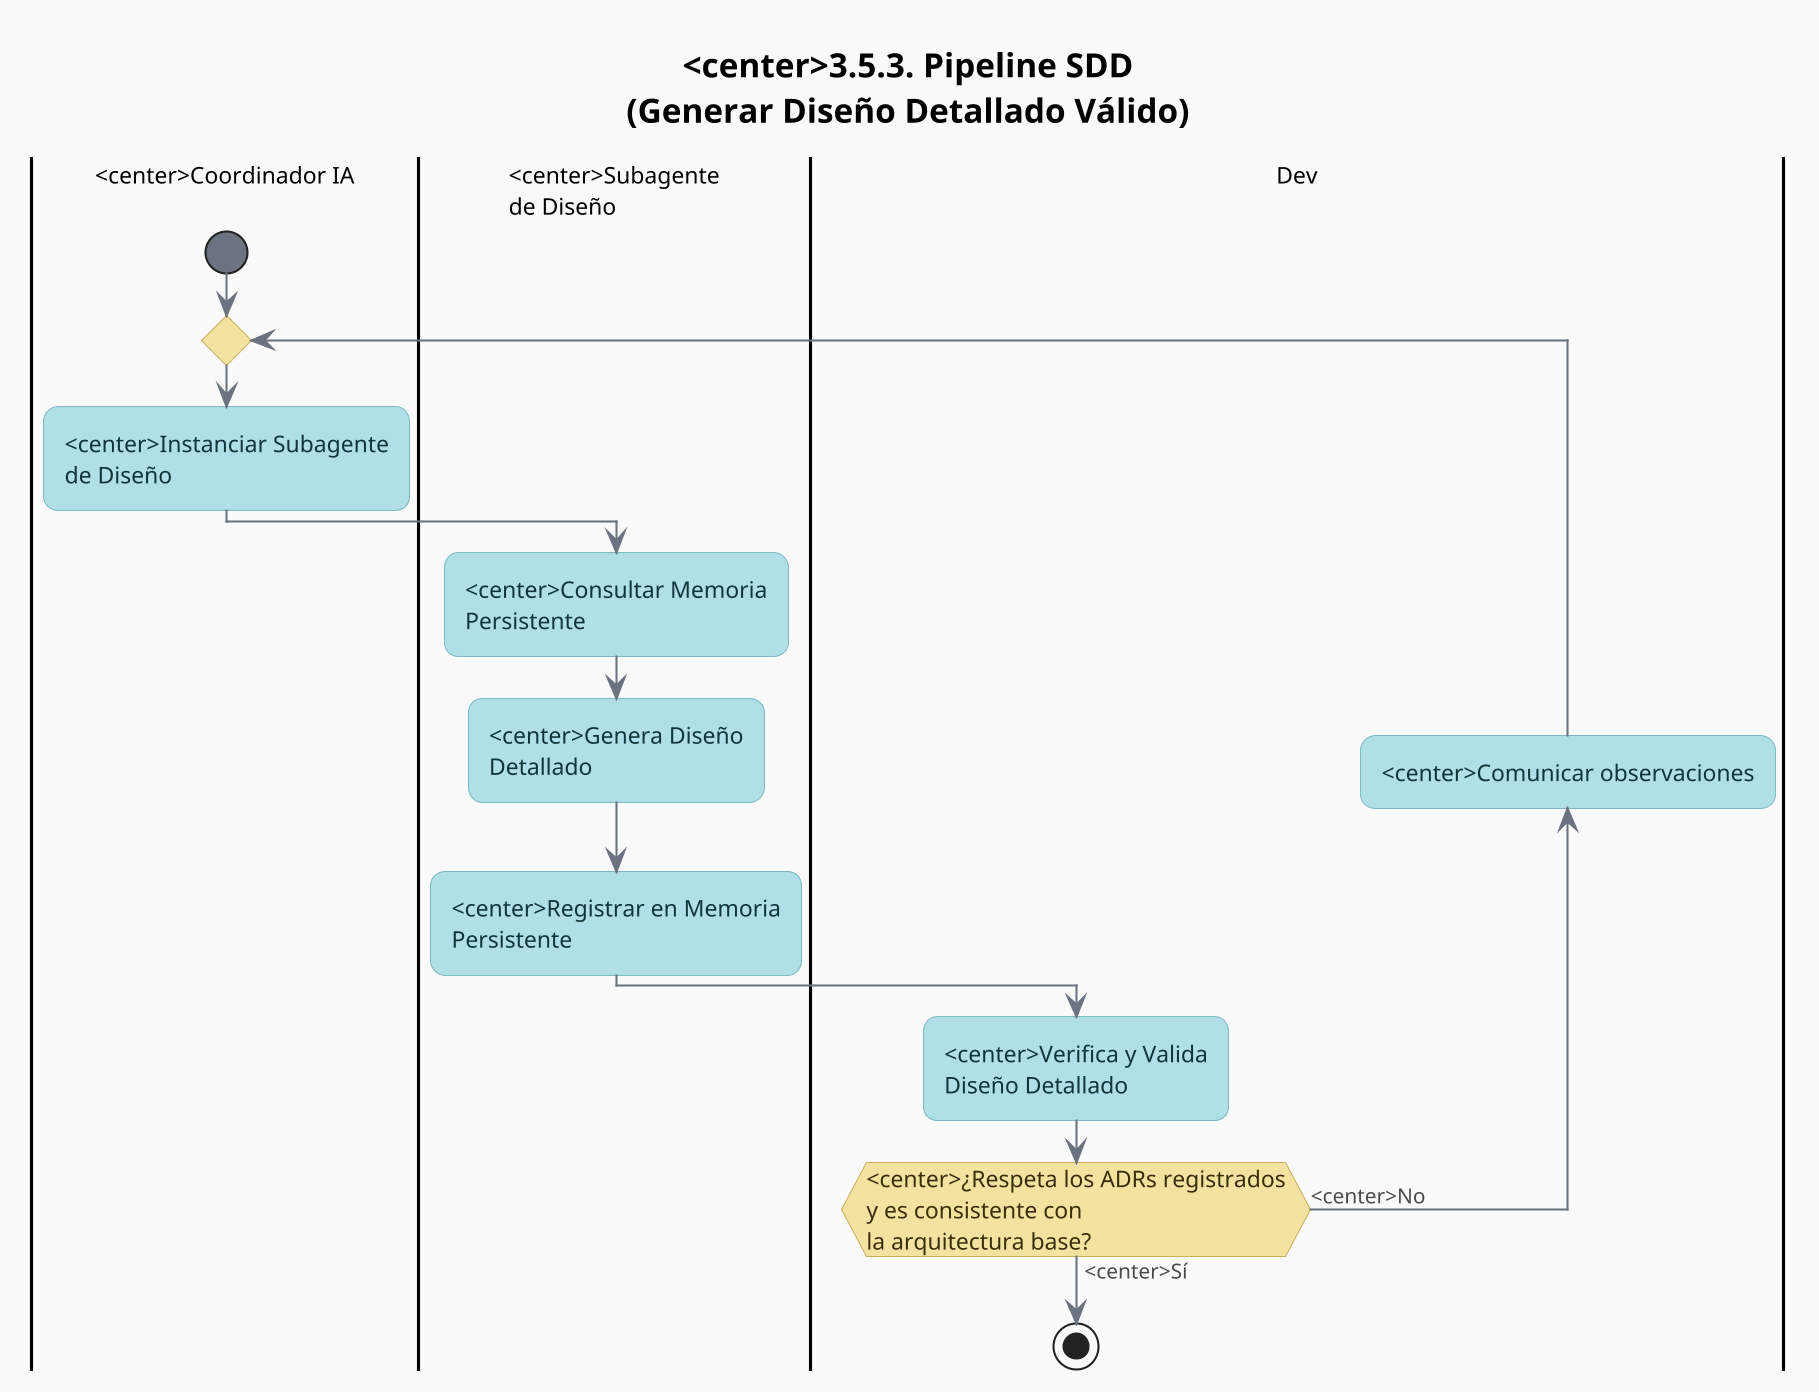
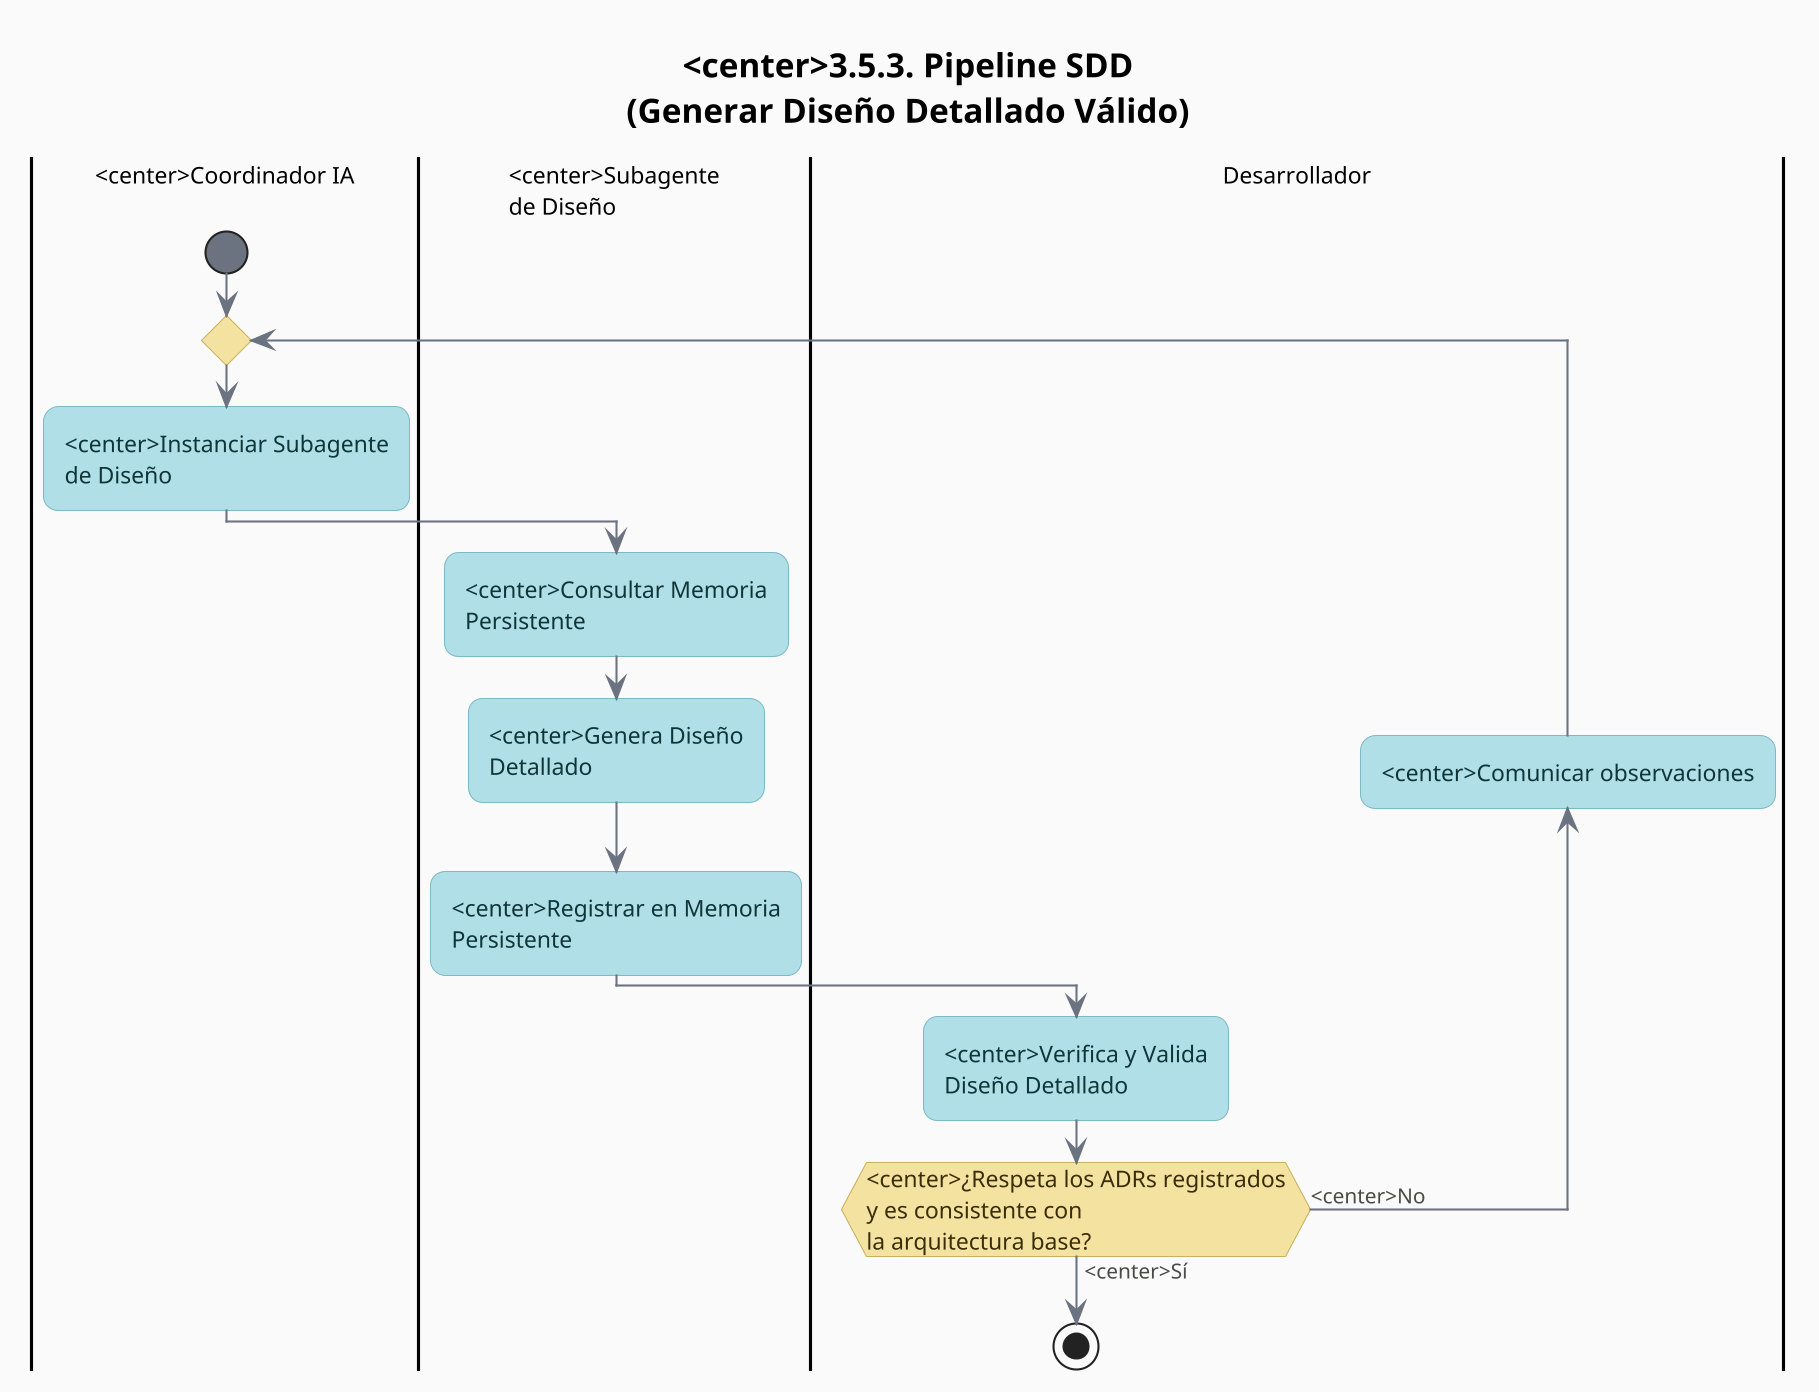
@startuml
skinparam dpi 200
title <center>3.5.3. Pipeline SDD\n(Generar Diseño Detallado Válido)

' === Modern soft theme ===
skinparam backgroundColor #FAFAFA
skinparam defaultFontName Helvetica
skinparam defaultFontSize 11
skinparam titleFontSize 16
skinparam titleFontStyle bold
skinparam shadowing false
skinparam roundCorner 14
skinparam linetype polyline

skinparam activity {
    BackgroundColor       #B0DFE8
    BorderColor           #7DB9C5
    FontColor             #0F3539
    FontName              Helvetica
    FontSize              11
    DiamondBackgroundColor #F4E2A0
    DiamondBorderColor    #C9B05E
    DiamondFontColor      #3A2E0A
    StartColor            #6B7280
    EndColor              #6B7280
    BarColor              #6B7280
}

skinparam partition {
    BackgroundColor #FFFFFF
    BorderColor     #C9C9BE
    FontColor       #4A4A48
    FontStyle       bold
    FontSize        12
}

skinparam arrow {
    Color     #6B7280
    FontColor #4A4A48
    FontSize  10
    Thickness 1
}

skinparam note {
    BackgroundColor #FFF8E1
    BorderColor     #C9B05E
    FontColor       #3A2E0A
}

!define Coo <center>Coordinador IA
!define SubDis <center>Subagente\nde Diseño

|Coo|
|SubDis|

|Coo|
start

repeat
    :<center>Instanciar Subagente\nde Diseño;
    |SubDis|
    :<center>Consultar Memoria\nPersistente;
    :<center>Genera Diseño\nDetallado;
    :<center>Registrar en Memoria\nPersistente;
-     |Dev|
+     |Desarrollador|
    :<center>Verifica y Valida\nDiseño Detallado;
    backward :<center>Comunicar observaciones;
repeat while (<center>¿Respeta los ADRs registrados\ny es consistente con\nla arquitectura base?) is (<center>No) not (<center>Sí)

stop
@enduml